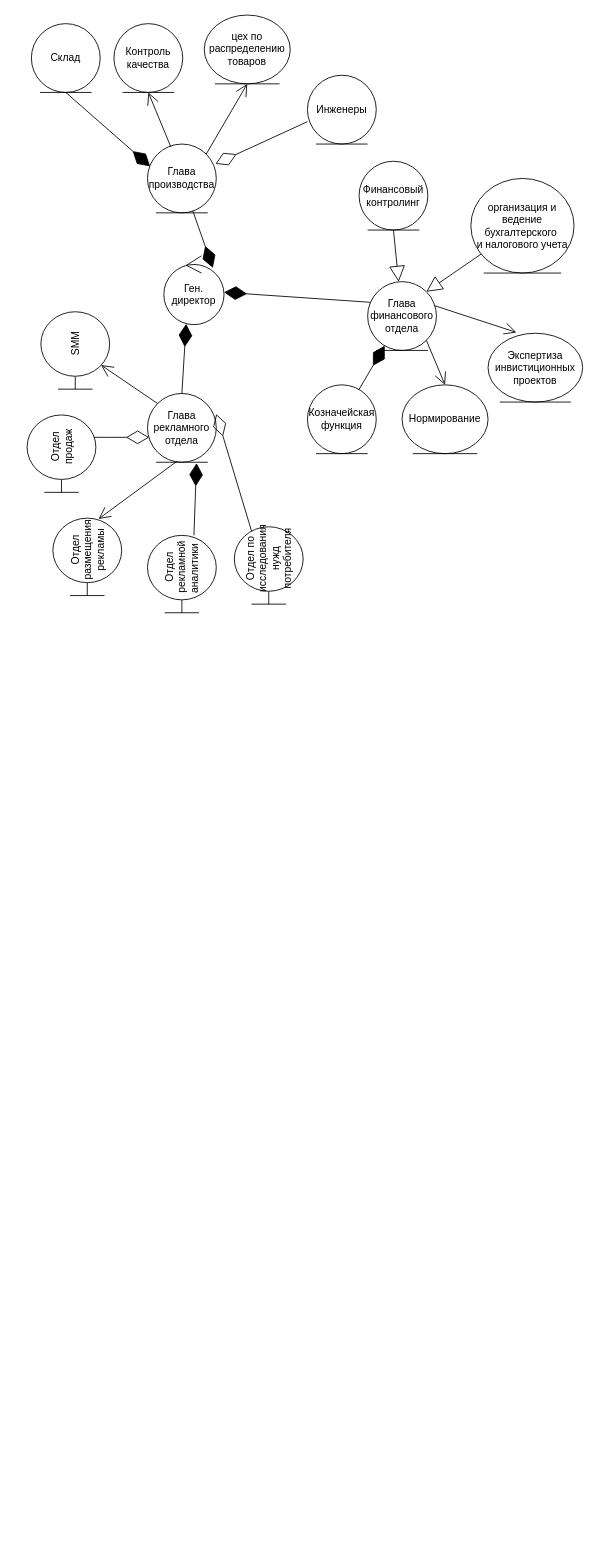
Before: pract2.drawio in Barbariks/ACMS, a draw.io diagram. Source tidied: cells renumbered, new cells numbered last; positions are measured from the earlier drawing's top-left corner, leaving out a move shared by most shapes. Both pictures are drawn from the tidied source at 86%, with x=0, y=0 at pixel (22, 15).
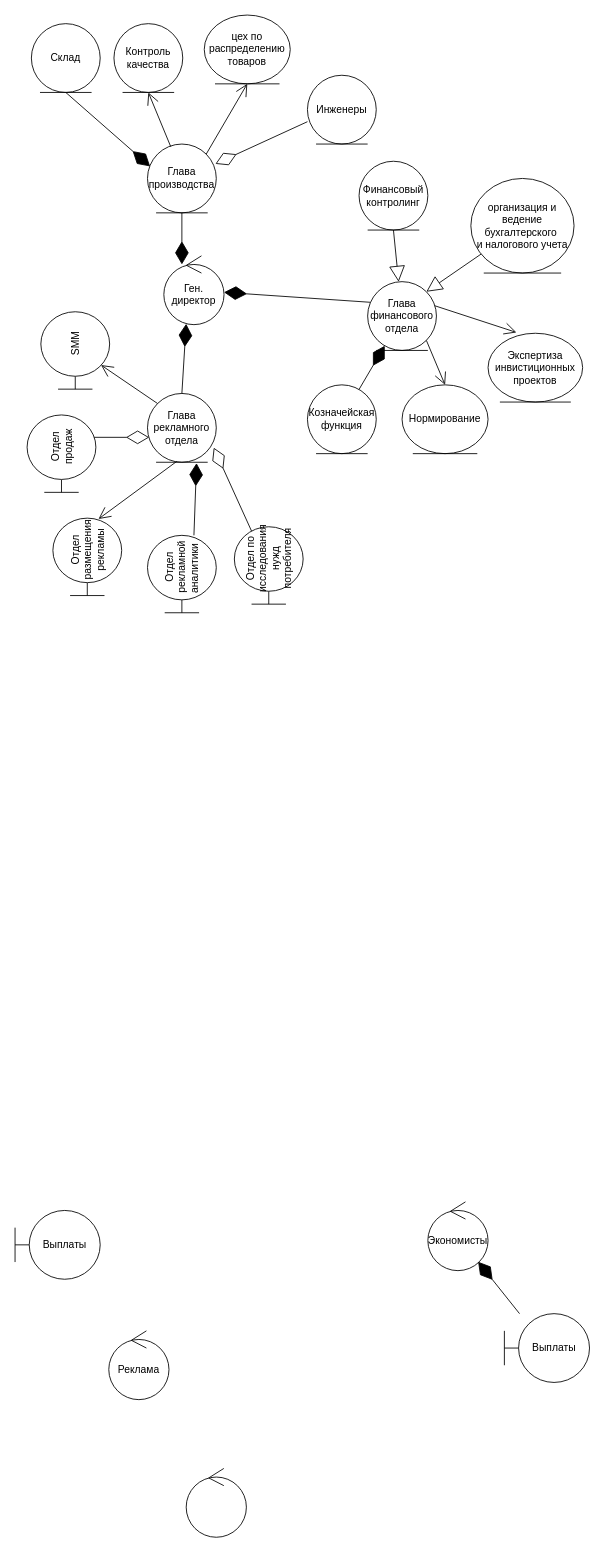
After the change.

The change refers to these unchanged cells:
```xml
<mxCell id="3" value="Глава рекламного отдела" style="ellipse;shape=umlEntity;whiteSpace=wrap;html=1;" parent="1" vertex="1">
  <mxGeometry x="145" y="440" width="80" height="80" as="geometry" />
</mxCell>
<mxCell id="4" value="Ген. директор" style="ellipse;shape=umlControl;whiteSpace=wrap;html=1;" parent="1" vertex="1">
  <mxGeometry x="164" y="280" width="70" height="80" as="geometry" />
</mxCell>
<mxCell id="8" value="Отдел по исследования нужд потребителя" style="shape=umlBoundary;whiteSpace=wrap;html=1;rotation=-90;" parent="1" vertex="1">
  <mxGeometry x="241" y="600" width="90" height="80" as="geometry" />
</mxCell>
<mxCell id="15" value="Глава производства" style="ellipse;shape=umlEntity;whiteSpace=wrap;html=1;" parent="1" vertex="1">
  <mxGeometry x="145" y="150" width="80" height="80" as="geometry" />
</mxCell>
```

Change to the diagram source:
```diff
@@
-    <mxCell id="23" style="endArrow=diamondThin;endFill=0;endSize=24;html=1;rounded=0;entryX=1;entryY=0.3;entryDx=0;entryDy=0;exitX=0.944;exitY=0.25;exitDx=0;exitDy=0;exitPerimeter=0;entryPerimeter=0;" parent="1" edge="1" source="8" target="3">
+    <mxCell id="23" style="endArrow=diamondThin;endFill=0;endSize=24;html=1;rounded=0;entryX=0.963;entryY=0.788;entryDx=0;entryDy=0;exitX=0.944;exitY=0.25;exitDx=0;exitDy=0;exitPerimeter=0;entryPerimeter=0;" parent="1" edge="1" source="8" target="3">
       <mxGeometry relative="1" as="geometry" />
     </mxCell>
@@
-    <mxCell id="25" style="endArrow=diamondThin;endFill=1;endSize=24;html=1;rounded=0;entryX=0.814;entryY=0.175;entryDx=0;entryDy=0;entryPerimeter=0;" parent="1" edge="1" source="15" target="4">
+    <mxCell id="25" style="endArrow=diamondThin;endFill=1;endSize=24;html=1;rounded=0;entryX=0.3;entryY=0.125;entryDx=0;entryDy=0;entryPerimeter=0;" parent="1" edge="1" source="15" target="4">
       <mxGeometry relative="1" as="geometry" />
     </mxCell>
@@
+    <mxCell id="37" value="Экономисты" style="ellipse;shape=umlControl;whiteSpace=wrap;html=1;" parent="1" vertex="1">
+      <mxGeometry x="471" y="1380" width="70" height="80" as="geometry" />
+    </mxCell>
+    <mxCell id="38" value="Выплаты" style="shape=umlBoundary;whiteSpace=wrap;html=1;" parent="1" vertex="1">
+      <mxGeometry x="560" y="1510" width="99" height="80" as="geometry" />
+    </mxCell>
+    <mxCell id="39" style="endArrow=diamondThin;endFill=1;endSize=24;html=1;rounded=0;" parent="1" edge="1" source="38" target="37">
+      <mxGeometry relative="1" as="geometry" />
+    </mxCell>
+    <mxCell id="40" value="Реклама" style="ellipse;shape=umlControl;whiteSpace=wrap;html=1;" parent="1" vertex="1">
+      <mxGeometry x="100" y="1530" width="70" height="80" as="geometry" />
+    </mxCell>
+    <mxCell id="41" style="ellipse;shape=umlControl;whiteSpace=wrap;html=1;" parent="1" vertex="1">
+      <mxGeometry x="190" y="1690" width="70" height="80" as="geometry" />
+    </mxCell>
+    <mxCell id="42" value="Выплаты" style="shape=umlBoundary;whiteSpace=wrap;html=1;" parent="1" vertex="1">
+      <mxGeometry x="-9" y="1390" width="99" height="80" as="geometry" />
+    </mxCell>
```
